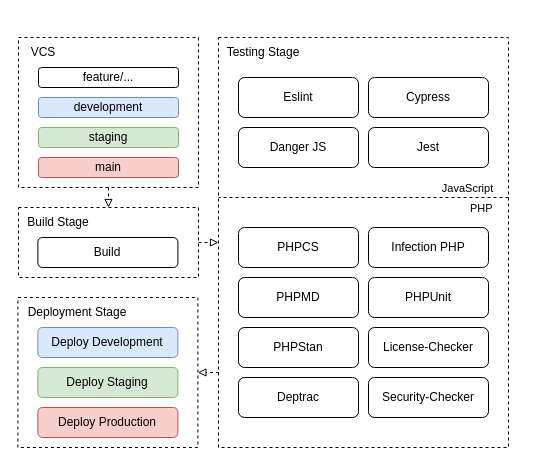
This is src/images/blueprints/ci-pipeline-concept.drawio from freb97/bachelors-thesis, a draw.io file, before an edit. Source tidied: cells renumbered, new cells numbered last; positions are measured from the earlier drawing's top-left corner, leaving out a move shared by most shapes. Both pictures are drawn from the tidied source at 100%, with x=0, y=0 at pixel (17, 37).
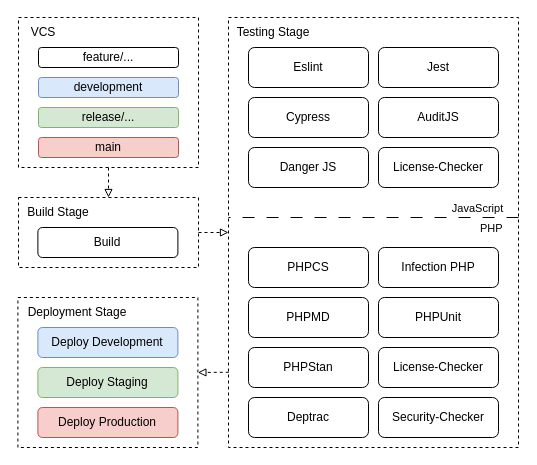
The same diagram, later.

Unchanged cells that the change refers to:
```xml
<mxCell id="4" style="rounded=0;whiteSpace=wrap;html=1;fillColor=none;dashed=1;" parent="1" vertex="1">
  <mxGeometry x="0.4" y="260" width="180" height="150" as="geometry" />
</mxCell>
```

Diff of the diagram source:
```diff
@@
     <mxCell id="3" style="rounded=0;whiteSpace=wrap;html=1;fillColor=none;dashed=1;" parent="1" vertex="1">
-      <mxGeometry x="1" y="170" width="180" height="70" as="geometry" />
+      <mxGeometry x="1" y="160" width="180" height="70" as="geometry" />
     </mxCell>
@@
     <mxCell id="5" style="rounded=0;whiteSpace=wrap;html=1;fillColor=none;dashed=1;" parent="1" vertex="1">
-      <mxGeometry x="201" width="290" height="410" as="geometry" />
+      <mxGeometry x="211" y="-20" width="290" height="430" as="geometry" />
     </mxCell>
     <mxCell id="6" value="Build" style="rounded=1;whiteSpace=wrap;html=1;" parent="1" vertex="1">
-      <mxGeometry x="20.4" y="200" width="140" height="30" as="geometry" />
+      <mxGeometry x="20.4" y="190" width="140" height="30" as="geometry" />
     </mxCell>
     <mxCell id="7" value="PHPUnit" style="rounded=1;whiteSpace=wrap;html=1;" parent="1" vertex="1">
-      <mxGeometry x="351" y="240" width="120" height="40" as="geometry" />
+      <mxGeometry x="361" y="260" width="120" height="40" as="geometry" />
     </mxCell>
     <mxCell id="8" value="PHPCS" style="rounded=1;whiteSpace=wrap;html=1;" parent="1" vertex="1">
-      <mxGeometry x="221" y="190" width="120" height="40" as="geometry" />
+      <mxGeometry x="231" y="210" width="120" height="40" as="geometry" />
     </mxCell>
     <mxCell id="9" value="PHPMD" style="rounded=1;whiteSpace=wrap;html=1;" parent="1" vertex="1">
-      <mxGeometry x="221" y="240" width="120" height="40" as="geometry" />
+      <mxGeometry x="231" y="260" width="120" height="40" as="geometry" />
     </mxCell>
     <mxCell id="10" value="PHPStan" style="rounded=1;whiteSpace=wrap;html=1;" parent="1" vertex="1">
-      <mxGeometry x="221" y="290" width="120" height="40" as="geometry" />
+      <mxGeometry x="231" y="310" width="120" height="40" as="geometry" />
     </mxCell>
     <mxCell id="11" value="Deptrac" style="rounded=1;whiteSpace=wrap;html=1;" parent="1" vertex="1">
-      <mxGeometry x="221" y="340" width="120" height="40" as="geometry" />
+      <mxGeometry x="231" y="360" width="120" height="40" as="geometry" />
     </mxCell>
     <mxCell id="12" value="License-Checker" style="rounded=1;whiteSpace=wrap;html=1;" parent="1" vertex="1">
-      <mxGeometry x="351" y="290" width="120" height="40" as="geometry" />
+      <mxGeometry x="361" y="310" width="120" height="40" as="geometry" />
     </mxCell>
     <mxCell id="13" value="Security-Checker" style="rounded=1;whiteSpace=wrap;html=1;" parent="1" vertex="1">
-      <mxGeometry x="351" y="340" width="120" height="40" as="geometry" />
+      <mxGeometry x="361" y="360" width="120" height="40" as="geometry" />
     </mxCell>
     <mxCell id="14" value="Eslint" style="rounded=1;whiteSpace=wrap;html=1;" parent="1" vertex="1">
-      <mxGeometry x="221" y="40" width="120" height="40" as="geometry" />
+      <mxGeometry x="231" y="10" width="120" height="40" as="geometry" />
     </mxCell>
     <mxCell id="15" value="Infection PHP" style="rounded=1;whiteSpace=wrap;html=1;" parent="1" vertex="1">
-      <mxGeometry x="351" y="190" width="120" height="40" as="geometry" />
+      <mxGeometry x="361" y="210" width="120" height="40" as="geometry" />
     </mxCell>
     <mxCell id="16" value="Jest" style="rounded=1;whiteSpace=wrap;html=1;" parent="1" vertex="1">
-      <mxGeometry x="351" y="90" width="120" height="40" as="geometry" />
+      <mxGeometry x="361" y="10" width="120" height="40" as="geometry" />
     </mxCell>
     <mxCell id="17" value="Cypress" style="rounded=1;whiteSpace=wrap;html=1;" parent="1" vertex="1">
-      <mxGeometry x="351" y="40" width="120" height="40" as="geometry" />
+      <mxGeometry x="231" y="60" width="120" height="40" as="geometry" />
     </mxCell>
@@
     <mxCell id="19" value="Danger JS" style="rounded=1;whiteSpace=wrap;html=1;" parent="1" vertex="1">
-      <mxGeometry x="221" y="90" width="120" height="40" as="geometry" />
+      <mxGeometry x="231" y="110" width="120" height="40" as="geometry" />
     </mxCell>
     <mxCell id="20" value="Testing Stage" style="text;html=1;strokeColor=none;fillColor=none;align=center;verticalAlign=middle;whiteSpace=wrap;rounded=0;" parent="1" vertex="1">
-      <mxGeometry x="201" width="90" height="30" as="geometry" />
+      <mxGeometry x="211" y="-20" width="90" height="30" as="geometry" />
     </mxCell>
     <mxCell id="21" value="Build Stage" style="text;html=1;strokeColor=none;fillColor=none;align=center;verticalAlign=middle;whiteSpace=wrap;rounded=0;" parent="1" vertex="1">
-      <mxGeometry x="1" y="170" width="80" height="30" as="geometry" />
+      <mxGeometry x="1" y="160" width="80" height="30" as="geometry" />
     </mxCell>
@@
-    <mxCell id="23" style="endArrow=none;html=1;rounded=0;dashed=1;" parent="1" edge="1">
+    <mxCell id="23" style="endArrow=none;html=1;rounded=0;dashed=1;dashPattern=12 12;" parent="1" edge="1">
       <mxGeometry relative="1" as="geometry">
-        <mxPoint x="491" y="160" as="sourcePoint" />
-        <mxPoint x="201" y="160" as="targetPoint" />
+        <mxPoint x="501" y="180" as="sourcePoint" />
+        <mxPoint x="211" y="180" as="targetPoint" />
       </mxGeometry>
     </mxCell>
@@
     <mxCell id="25" value="&lt;div align=&quot;left&quot;&gt;PHP&lt;/div&gt;" style="edgeLabel;html=1;align=left;verticalAlign=middle;" parent="1" vertex="1">
-      <mxGeometry x="451" y="170" as="geometry" />
+      <mxGeometry x="461" y="190" as="geometry" />
     </mxCell>
@@
     <mxCell id="29" style="rounded=0;whiteSpace=wrap;html=1;fillColor=none;dashed=1;" parent="1" vertex="1">
-      <mxGeometry x="1" width="180" height="150" as="geometry" />
+      <mxGeometry x="1" y="-20" width="180" height="150" as="geometry" />
     </mxCell>
     <mxCell id="30" value="VCS" style="text;html=1;strokeColor=none;fillColor=none;align=center;verticalAlign=middle;whiteSpace=wrap;rounded=0;" parent="1" vertex="1">
-      <mxGeometry x="1" width="50" height="30" as="geometry" />
+      <mxGeometry x="1" y="-20" width="50" height="30" as="geometry" />
     </mxCell>
     <mxCell id="31" value="&lt;div&gt;development&lt;/div&gt;" style="rounded=1;whiteSpace=wrap;html=1;fillColor=#dae8fc;strokeColor=#6c8ebf;" parent="1" vertex="1">
-      <mxGeometry x="21" y="60" width="140" height="20" as="geometry" />
+      <mxGeometry x="21" y="40" width="140" height="20" as="geometry" />
     </mxCell>
-    <mxCell id="32" value="staging" style="rounded=1;whiteSpace=wrap;html=1;fillColor=#d5e8d4;strokeColor=#82b366;" parent="1" vertex="1">
-      <mxGeometry x="21" y="90" width="140" height="20" as="geometry" />
+    <mxCell id="32" value="release/..." style="rounded=1;whiteSpace=wrap;html=1;fillColor=#d5e8d4;strokeColor=#82b366;" parent="1" vertex="1">
+      <mxGeometry x="21" y="70" width="140" height="20" as="geometry" />
     </mxCell>
     <mxCell id="33" value="main" style="rounded=1;whiteSpace=wrap;html=1;fillColor=#f8cecc;strokeColor=#b85450;" parent="1" vertex="1">
-      <mxGeometry x="21" y="120" width="140" height="20" as="geometry" />
+      <mxGeometry x="21" y="100" width="140" height="20" as="geometry" />
     </mxCell>
     <mxCell id="34" value="feature/..." style="rounded=1;whiteSpace=wrap;html=1;" parent="1" vertex="1">
-      <mxGeometry x="21" y="30" width="140" height="20" as="geometry" />
+      <mxGeometry x="21" y="10" width="140" height="20" as="geometry" />
     </mxCell>
-    <mxCell id="35" style="endArrow=block;html=1;rounded=0;entryX=1;entryY=0.5;entryDx=0;entryDy=0;exitX=0.002;exitY=0.817;exitDx=0;exitDy=0;exitPerimeter=0;dashed=1;endFill=0;" parent="1" edge="1" source="5" target="4">
+    <mxCell id="35" style="endArrow=block;html=1;rounded=0;entryX=1;entryY=0.5;entryDx=0;entryDy=0;dashed=1;endFill=0;exitX=0.001;exitY=0.825;exitDx=0;exitDy=0;exitPerimeter=0;" parent="1" edge="1" source="5" target="4">
       <mxGeometry relative="1" as="geometry" />
     </mxCell>
+    <mxCell id="36" value="AuditJS" style="rounded=1;whiteSpace=wrap;html=1;" parent="1" vertex="1">
+      <mxGeometry x="361" y="60" width="120" height="40" as="geometry" />
+    </mxCell>
+    <mxCell id="37" value="License-Checker" style="rounded=1;whiteSpace=wrap;html=1;" parent="1" vertex="1">
+      <mxGeometry x="361" y="110" width="120" height="40" as="geometry" />
+    </mxCell>
```
